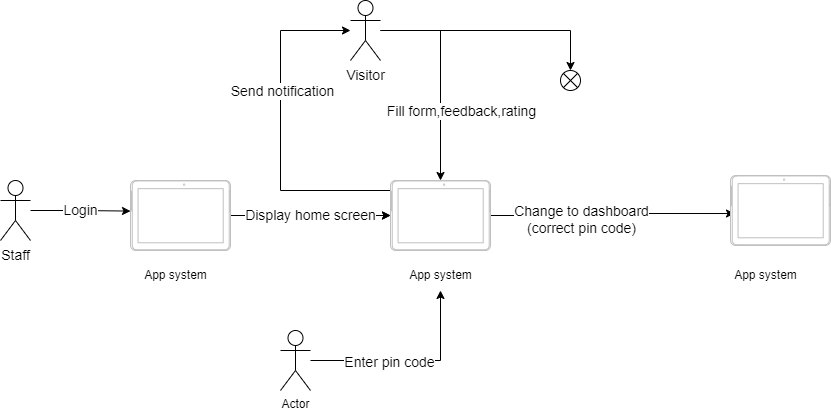
Earlier version of the draw.io export wireframe_explaination/Workflow_1.drawio.png (duongminhthanh/app_system_management_visitor_for_old_aparment). Source tidied: cells renumbered, new cells last; positions are measured from the earlier drawing's top-left corner, leaving out a move shared by most shapes.
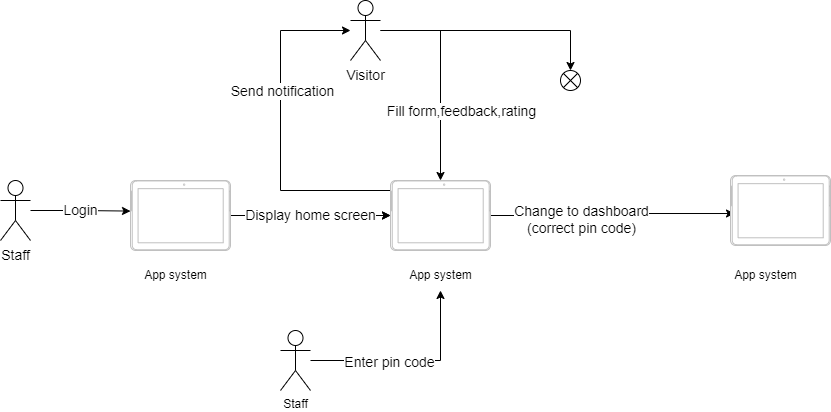
After the change.

What changed in the source:
```diff
@@ -63,7 +63,7 @@
     <mxCell id="19" value="Enter pin code" style="edgeLabel;html=1;align=center;verticalAlign=middle;fontSize=14;" parent="18" vertex="1">
       <mxGeometry x="-0.22" y="-1" relative="1" as="geometry" />
     </mxCell>
-    <mxCell id="20" value="Actor" style="shape=umlActor;verticalLabelPosition=bottom;verticalAlign=top;html=1;outlineConnect=0;" parent="1" vertex="1">
+    <mxCell id="20" value="Staff" style="shape=umlActor;verticalLabelPosition=bottom;verticalAlign=top;html=1;outlineConnect=0;" parent="1" vertex="1">
       <mxGeometry x="280" y="330" width="30" height="60" as="geometry" />
     </mxCell>
     <mxCell id="21" style="verticalLabelPosition=bottom;verticalAlign=top;html=1;shadow=0;dashed=0;strokeWidth=1;shape=mxgraph.android.tab2;strokeColor=#c0c0c0;direction=north;" parent="1" vertex="1">
```
